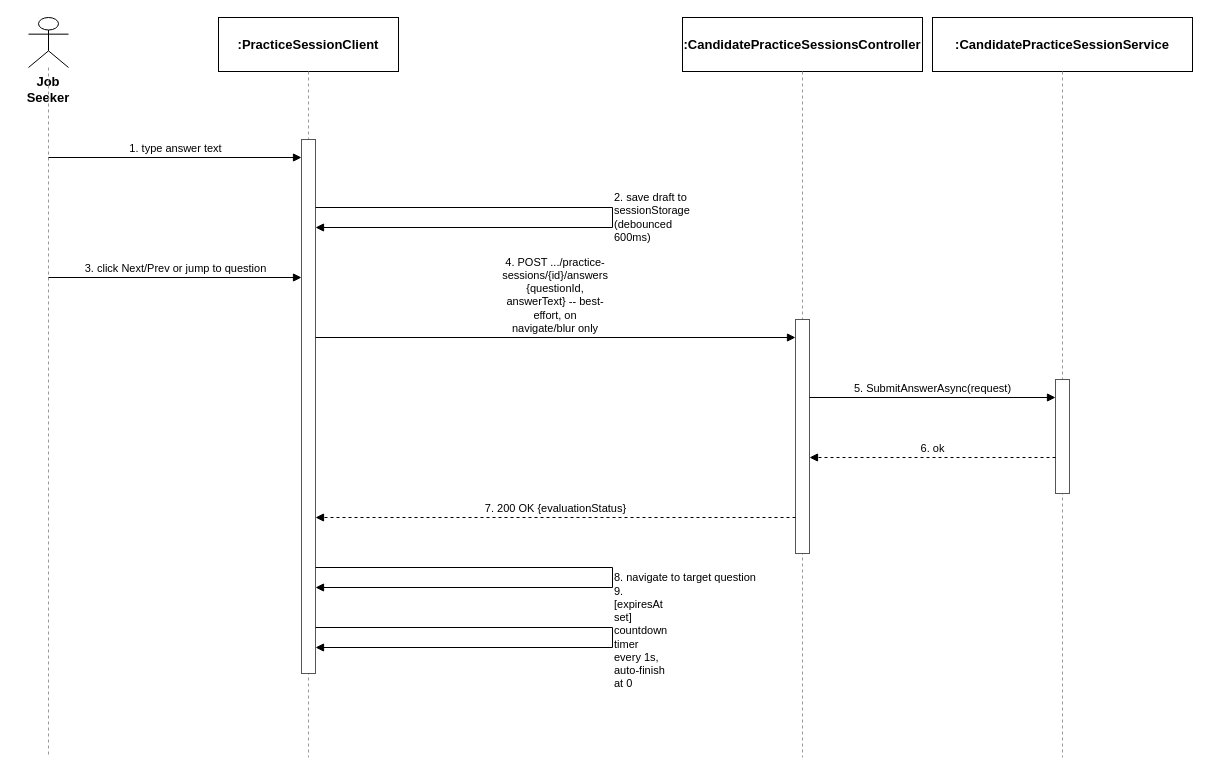
This is docs/qa/Tu_SequenceDiagram/06_Answer_Questions_and_Navigate.drawio from tulklk/AI_Interview_Question_Generation_RAG_LLM_FE, a draw.io file, before an edit. Source tidied: cells renumbered, new cells numbered last; positions are measured from the earlier drawing's top-left corner, leaving out a move shared by most shapes. Both pictures are drawn from the tidied source at 100%, with x=0, y=0 at pixel (28, 17).
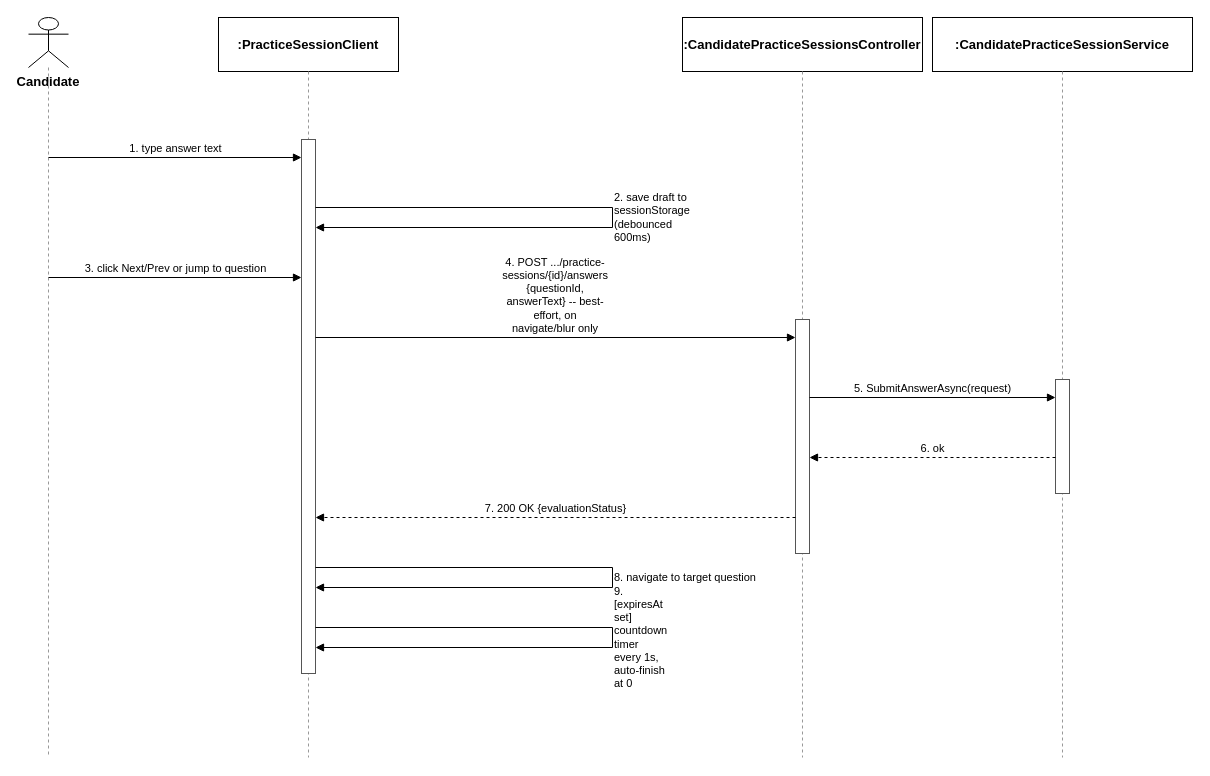
After the change.

What changed in the source:
```diff
@@
-    <mxCell id="2" value="Job Seeker" style="shape=umlActor;whiteSpace=wrap;html=1;verticalLabelPosition=bottom;verticalAlign=top;fillColor=#ffffff;strokeColor=#000000;fontStyle=1;fontSize=13;" parent="1" vertex="1">
+    <mxCell id="2" value="Candidate" style="shape=umlActor;whiteSpace=wrap;html=1;verticalLabelPosition=bottom;verticalAlign=top;fillColor=#ffffff;strokeColor=#000000;fontStyle=1;fontSize=13;" parent="1" vertex="1">
       <mxGeometry width="40" height="50" as="geometry" />
     </mxCell>
```
